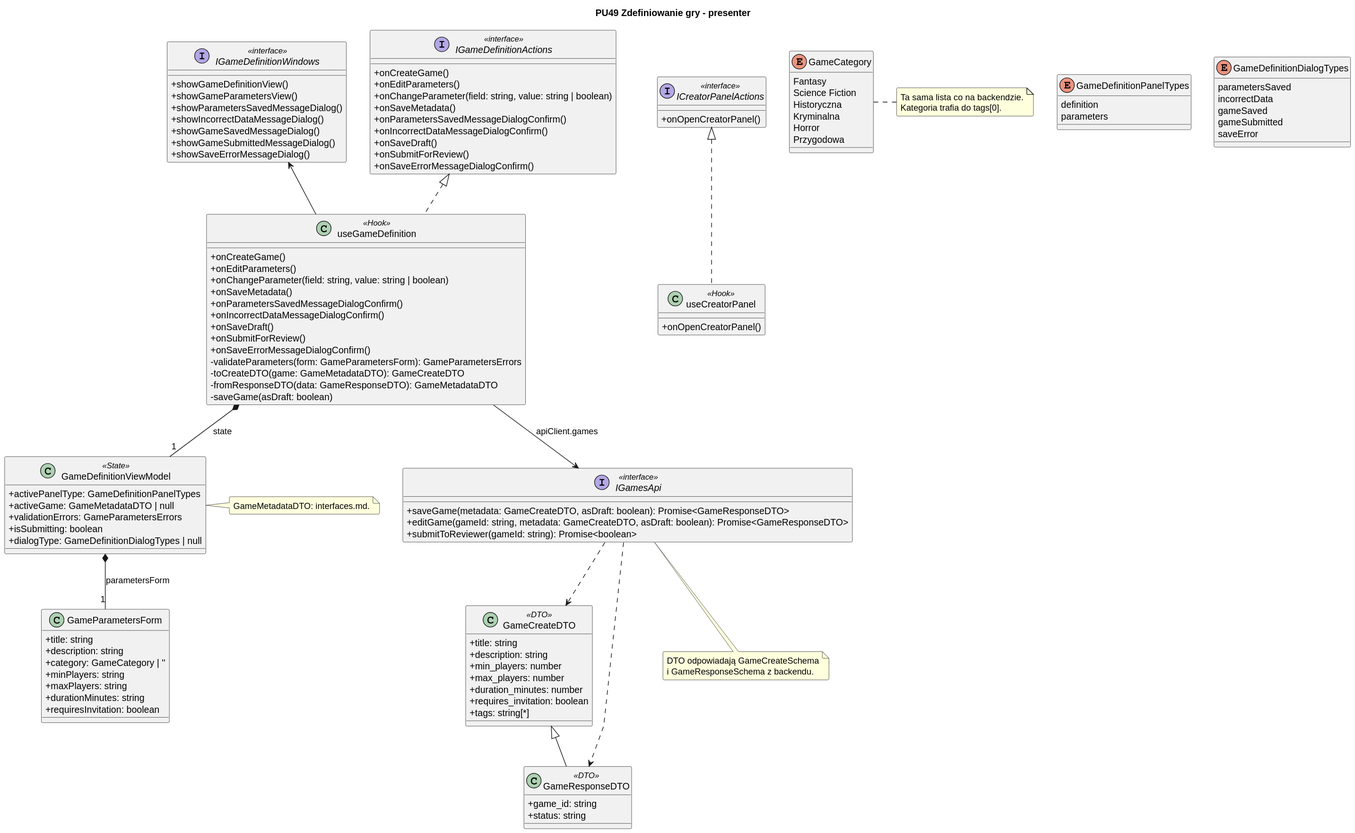
This is diagrams/frontend/rendered/game-definition-presenter.svg from Igor-Ochocki/POP-2026Z, a PlantUML export, as it was before one commit.
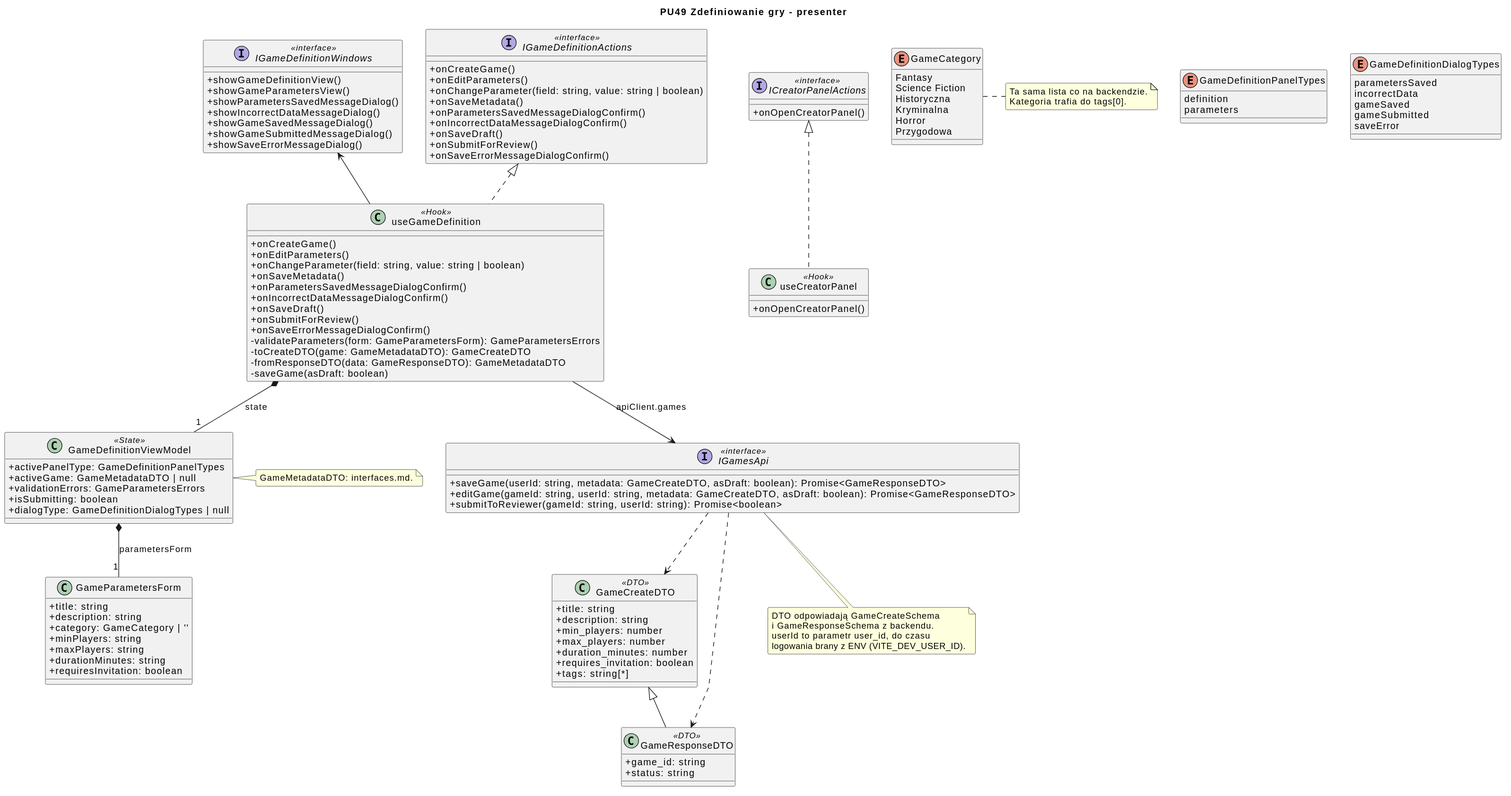
Later version of the same file.

Commit message:
PU49/fe: user_id jako parametr IGamesApi, jak na backendzie

What changed in the source:
```diff
@@ -54,9 +54,9 @@
 }
 
 interface IGamesApi <<interface>> {
-    + saveGame(metadata: GameCreateDTO, asDraft: boolean): Promise<GameResponseDTO>
-    + editGame(gameId: string, metadata: GameCreateDTO, asDraft: boolean): Promise<GameResponseDTO>
-    + submitToReviewer(gameId: string): Promise<boolean>
+    + saveGame(userId: string, metadata: GameCreateDTO, asDraft: boolean): Promise<GameResponseDTO>
+    + editGame(gameId: string, userId: string, metadata: GameCreateDTO, asDraft: boolean): Promise<GameResponseDTO>
+    + submitToReviewer(gameId: string, userId: string): Promise<boolean>
 }
 
 class GameCreateDTO <<DTO>> {
@@ -137,5 +137,7 @@
 note bottom of IGamesApi
     DTO odpowiadają GameCreateSchema
     i GameResponseSchema z backendu.
+    userId to parametr user_id, do czasu
+    logowania brany z ENV (VITE_DEV_USER_ID).
 end note
 @enduml
```
